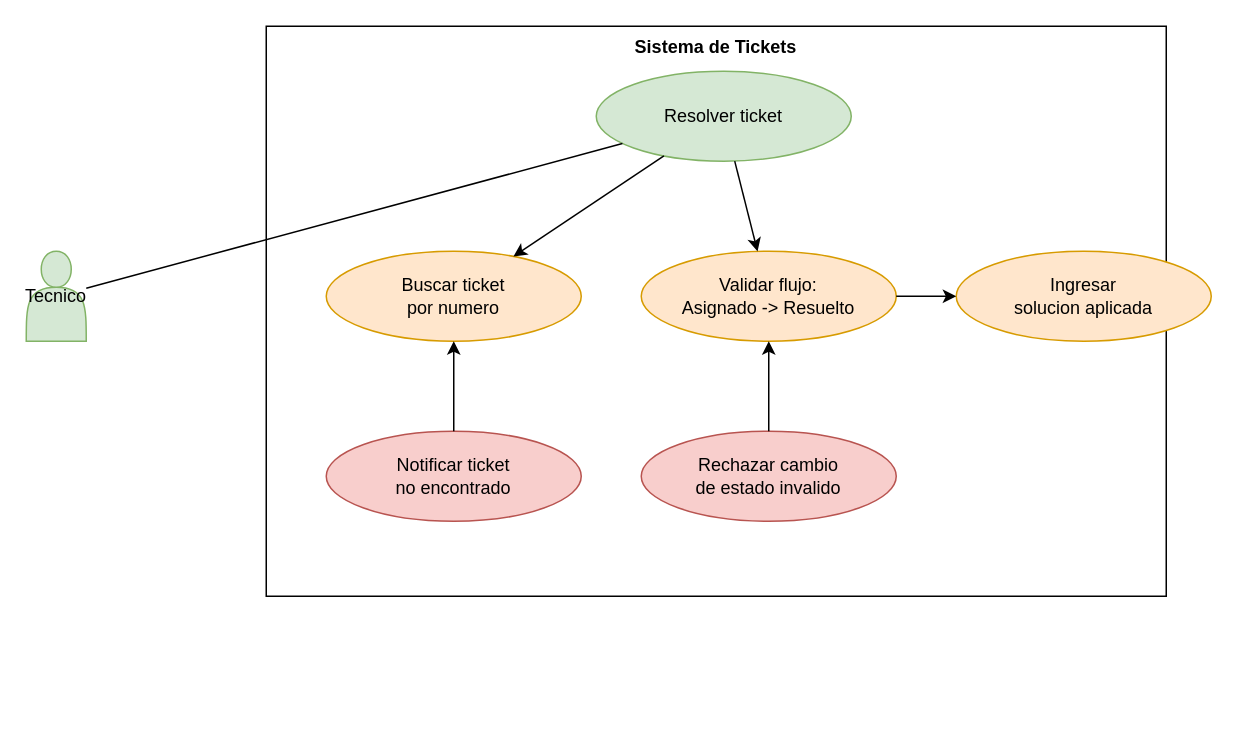
Before: Diagramas de caso de uso/CasoUso_ResolverTicket.drawio in RodCas98/SistemaTickets, a draw.io diagram. Source tidied: cells renumbered, new cells numbered last; positions are measured from the earlier drawing's top-left corner, leaving out a move shared by most shapes. Both pictures are drawn from the tidied source at 150%, with x=0, y=0 at pixel (26, 26).
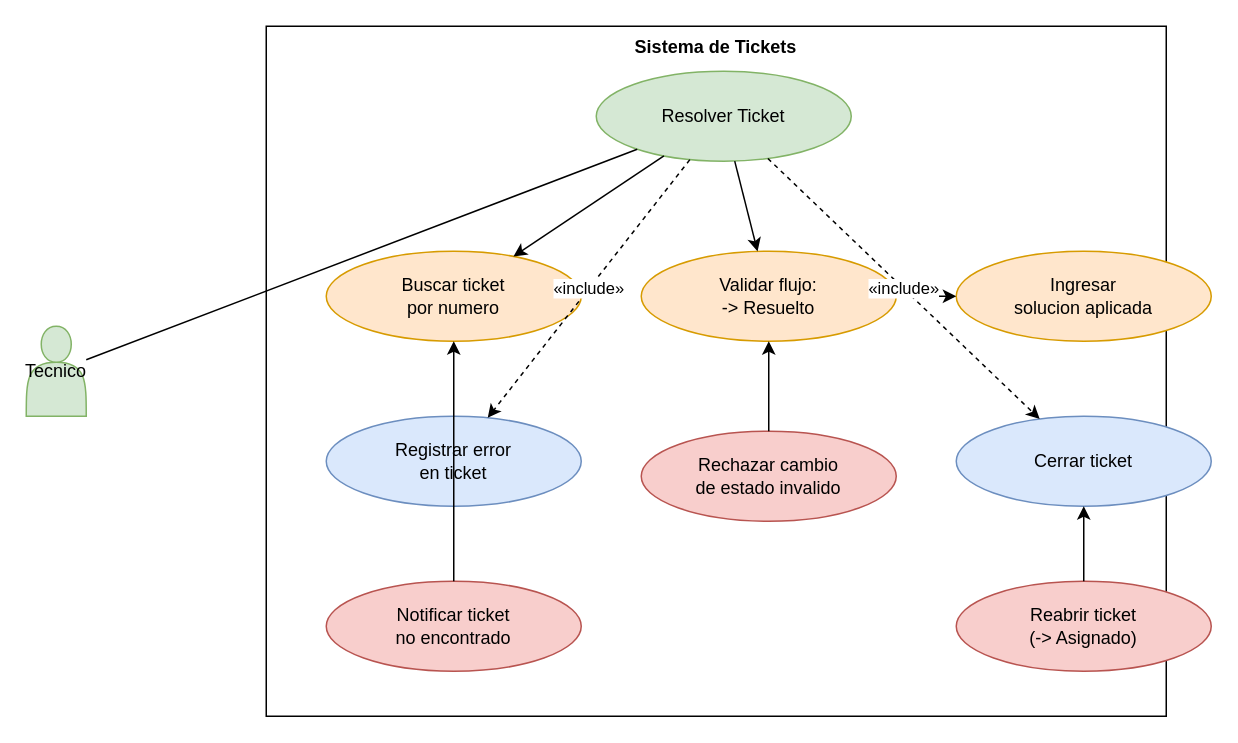
Above is the later version.

Change to the diagram source:
```diff
@@
     <mxCell id="2" value="Sistema de Tickets" style="rounded=0;whiteSpace=wrap;html=1;verticalAlign=top;fontStyle=1;fillColor=none;strokeColor=#000000;" parent="1" vertex="1">
-      <mxGeometry x="160" width="600" height="380" as="geometry" />
+      <mxGeometry x="160" width="600" height="460" as="geometry" />
     </mxCell>
     <mxCell id="3" value="Tecnico" style="shape=actor;whiteSpace=wrap;html=1;fillColor=#d5e8d4;strokeColor=#82b366;" parent="1" vertex="1">
-      <mxGeometry y="150" width="40" height="60" as="geometry" />
+      <mxGeometry y="200" width="40" height="60" as="geometry" />
     </mxCell>
-    <mxCell id="4" value="Resolver ticket" style="ellipse;whiteSpace=wrap;html=1;fillColor=#d5e8d4;strokeColor=#82b366;" parent="1" vertex="1">
+    <mxCell id="4" value="Resolver Ticket" style="ellipse;whiteSpace=wrap;html=1;fillColor=#d5e8d4;strokeColor=#82b366;" parent="1" vertex="1">
       <mxGeometry x="380" y="30" width="170" height="60" as="geometry" />
     </mxCell>
@@
+    <mxCell id="16" value="Registrar error&#10;en ticket" style="ellipse;whiteSpace=wrap;html=1;fillColor=#dae8fc;strokeColor=#6c8ebf;" parent="1" vertex="1">
+      <mxGeometry x="200" y="260" width="170" height="60" as="geometry" />
+    </mxCell>
-    <mxCell id="6" value="Validar flujo:&#10;Asignado -&gt; Resuelto" style="ellipse;whiteSpace=wrap;html=1;fillColor=#ffe6cc;strokeColor=#d79b00;" parent="1" vertex="1">
+    <mxCell id="6" value="Validar flujo:&#10;-&gt; Resuelto" style="ellipse;whiteSpace=wrap;html=1;fillColor=#ffe6cc;strokeColor=#d79b00;" parent="1" vertex="1">
       <mxGeometry x="410" y="150" width="170" height="60" as="geometry" />
     </mxCell>
@@
+    <mxCell id="17" value="Cerrar ticket" style="ellipse;whiteSpace=wrap;html=1;fillColor=#dae8fc;strokeColor=#6c8ebf;" parent="1" vertex="1">
+      <mxGeometry x="620" y="260" width="170" height="60" as="geometry" />
+    </mxCell>
     <mxCell id="8" value="Notificar ticket&#10;no encontrado" style="ellipse;whiteSpace=wrap;html=1;fillColor=#f8cecc;strokeColor=#b85450;" parent="1" vertex="1">
-      <mxGeometry x="200" y="270" width="170" height="60" as="geometry" />
+      <mxGeometry x="200" y="370" width="170" height="60" as="geometry" />
     </mxCell>
@@
+    <mxCell id="18" value="Reabrir ticket&#10;(-&gt; Asignado)" style="ellipse;whiteSpace=wrap;html=1;fillColor=#f8cecc;strokeColor=#b85450;" parent="1" vertex="1">
+      <mxGeometry x="620" y="370" width="170" height="60" as="geometry" />
+    </mxCell>
@@
+    <mxCell id="19" value="«include»" style="endArrow=classic;endFill=1;html=1;dashed=1;" parent="1" edge="1" source="4" target="16">
+      <mxGeometry relative="1" as="geometry" />
+    </mxCell>
@@
+    <mxCell id="20" value="«include»" style="endArrow=classic;endFill=1;html=1;dashed=1;" parent="1" edge="1" source="4" target="17">
+      <mxGeometry relative="1" as="geometry" />
+    </mxCell>
@@
+    <mxCell id="21" style="endArrow=classic;endFill=1;html=1;" parent="1" edge="1" source="18" target="17">
+      <mxGeometry relative="1" as="geometry" />
+    </mxCell>
```
